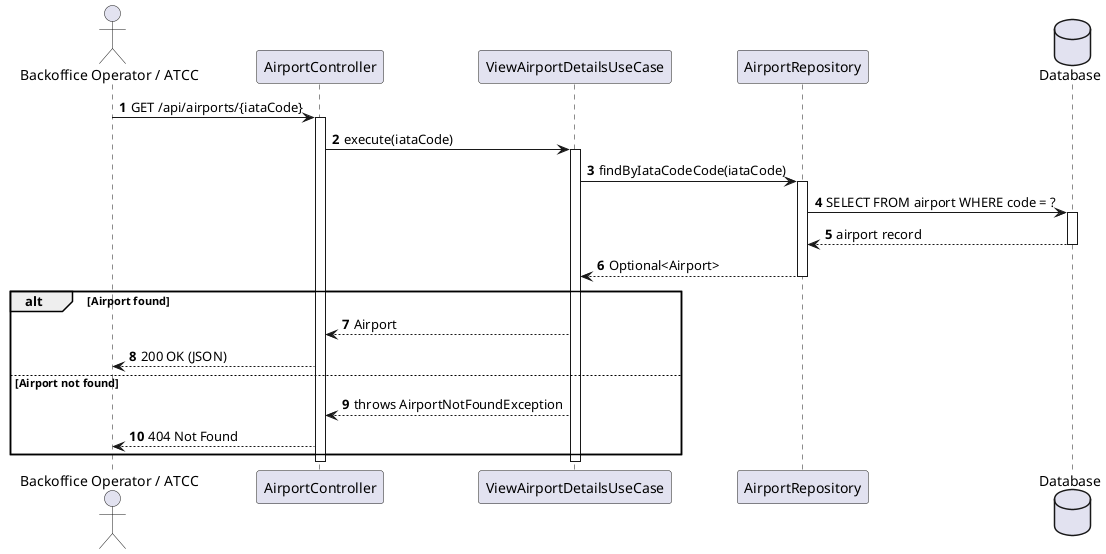
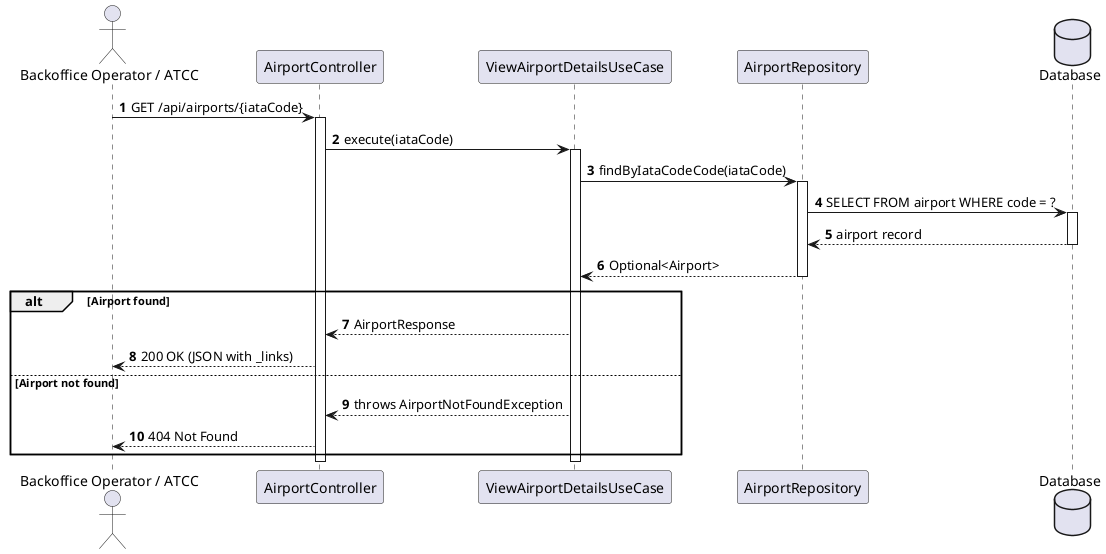
@startuml
autonumber
actor "Backoffice Operator / ATCC" as Actor
participant "AirportController" as Ctrl
participant "ViewAirportDetailsUseCase" as UC
participant "AirportRepository" as Repo
database "Database" as DB

Actor -> Ctrl : GET /api/airports/{iataCode}
activate Ctrl

Ctrl -> UC : execute(iataCode)
activate UC

UC -> Repo : findByIataCodeCode(iataCode)
activate Repo
Repo -> DB : SELECT FROM airport WHERE code = ?
activate DB
DB --> Repo : airport record
deactivate DB
Repo --> UC : Optional<Airport>
deactivate Repo

alt Airport found
-   UC --> Ctrl : Airport
-   Ctrl --> Actor : 200 OK (JSON)
+   UC --> Ctrl : AirportResponse
+   Ctrl --> Actor : 200 OK (JSON with _links)
else Airport not found
  UC --> Ctrl : throws AirportNotFoundException
  Ctrl --> Actor : 404 Not Found
end

deactivate UC
deactivate Ctrl
@enduml
